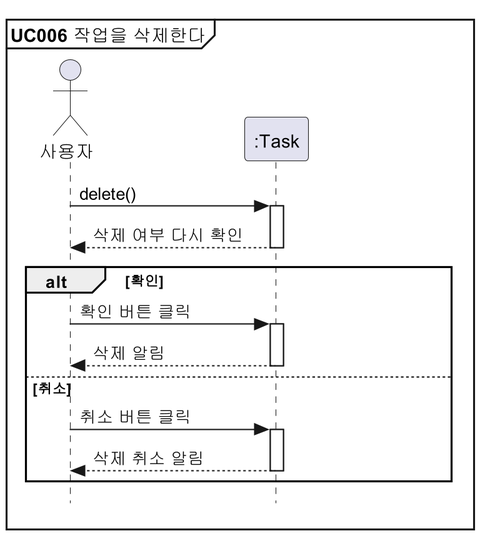
Above: docs/설계명세서/images/seq_diag/uc006.png in parkchamchi/SoftwareEngineering2023 (PlantUML), before the change.
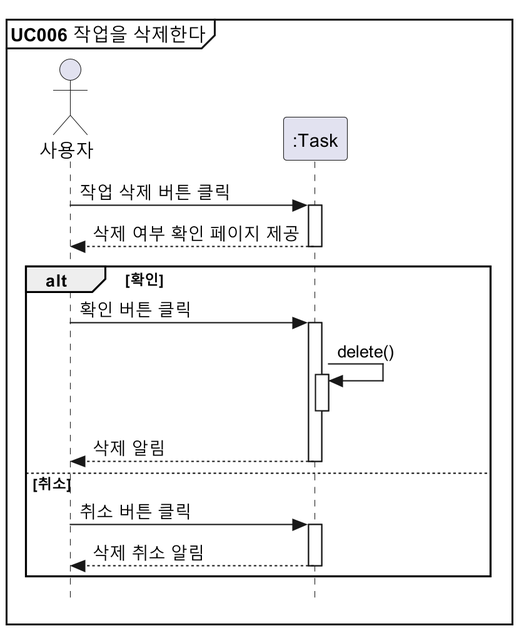
After the commit.

What changed in the source:
```diff
@@ -6,11 +6,13 @@
 actor 사용자
 participant ":Task" as Task
 
-사용자 -> Task : delete()
-Task --> 사용자 : 삭제 여부 다시 확인
+사용자 -> Task :작업 삭제 버튼 클릭
+Task --> 사용자 : 삭제 여부 확인 페이지 제공
 
 alt 확인
 	사용자 -> Task : 확인 버튼 클릭
+	Task -> Task : delete()
+	deactivate Task
 	Task --> 사용자 : 삭제 알림
 else 취소
 	사용자 -> Task : 취소 버튼 클릭
```
